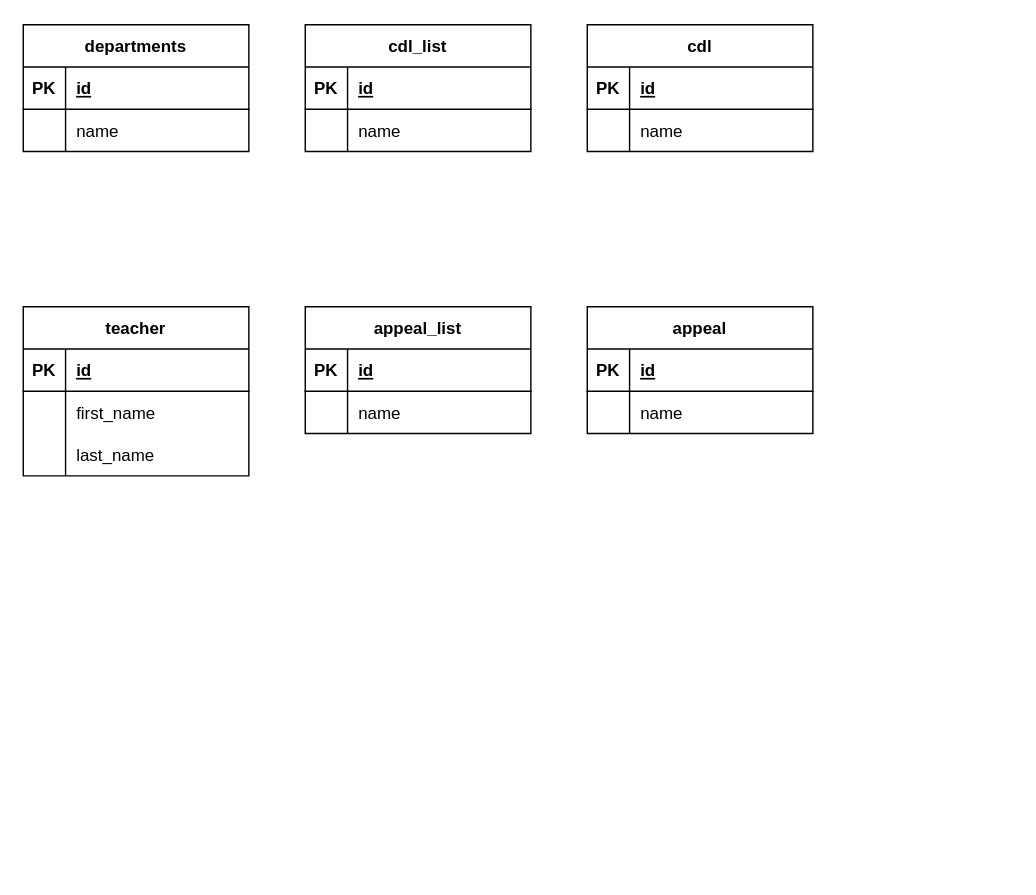
Before: DBUniversity.drawio in Roberto-Larivera/db-university, a draw.io diagram. Source tidied: cells renumbered, new cells numbered last; positions are measured from the earlier drawing's top-left corner, leaving out a move shared by most shapes. Both pictures are drawn from the tidied source at 141%, with x=0, y=0 at pixel (23, 24).
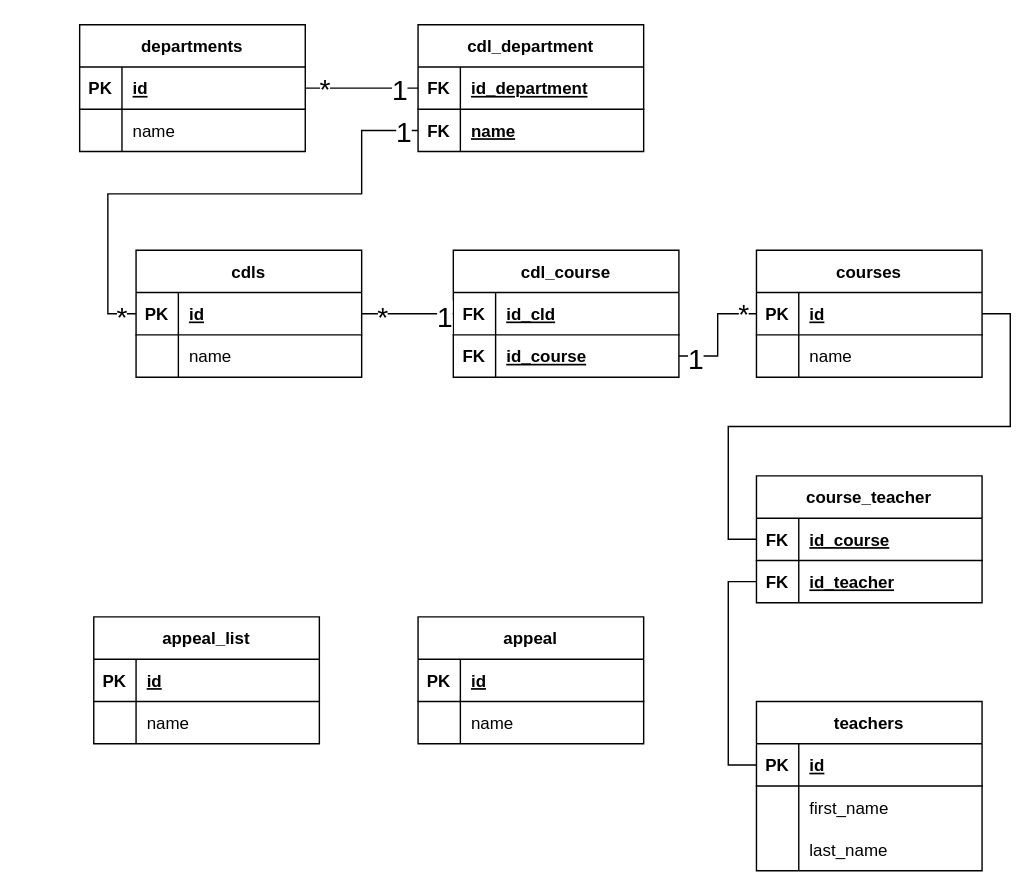
The same page after the edit.

Unchanged cells that the change refers to:
```xml
<mxCell id="3" style="shape=tableRow;horizontal=0;startSize=0;swimlaneHead=0;swimlaneBody=0;fillColor=none;points=[[0,0.5],[1,0.5]];portConstraint=eastwest;top=0;left=0;right=0;bottom=1;" parent="2" vertex="1">
  <mxGeometry y="30" width="160" height="30" as="geometry" />
</mxCell>
<mxCell id="10" style="shape=tableRow;horizontal=0;startSize=0;swimlaneHead=0;swimlaneBody=0;fillColor=none;points=[[0,0.5],[1,0.5]];portConstraint=eastwest;top=0;left=0;right=0;bottom=1;" parent="9" vertex="1">
  <mxGeometry y="30" width="160" height="30" as="geometry" />
</mxCell>
<mxCell id="13" style="shape=tableRow;horizontal=0;startSize=0;swimlaneHead=0;swimlaneBody=0;fillColor=none;points=[[0,0.5],[1,0.5]];portConstraint=eastwest;top=0;left=0;right=0;bottom=0;" parent="9" vertex="1">
  <mxGeometry y="60" width="160" height="30" as="geometry" />
</mxCell>
<mxCell id="17" style="shape=tableRow;horizontal=0;startSize=0;swimlaneHead=0;swimlaneBody=0;fillColor=none;points=[[0,0.5],[1,0.5]];portConstraint=eastwest;top=0;left=0;right=0;bottom=1;" parent="16" vertex="1">
  <mxGeometry y="30" width="160" height="30" as="geometry" />
</mxCell>
<mxCell id="24" style="shape=tableRow;horizontal=0;startSize=0;swimlaneHead=0;swimlaneBody=0;fillColor=none;points=[[0,0.5],[1,0.5]];portConstraint=eastwest;top=0;left=0;right=0;bottom=1;" parent="23" vertex="1">
  <mxGeometry y="30" width="160" height="30" as="geometry" />
</mxCell>
```

Diff of the diagram source:
```diff
@@
     <mxCell id="2" value="departments" style="shape=table;startSize=30;childLayout=tableLayout;rowLines=0;fontStyle=1;align=center;" parent="1" vertex="1">
-      <mxGeometry width="160" height="90" as="geometry" />
+      <mxGeometry x="40" width="160" height="90" as="geometry" />
     </mxCell>
@@
-    <mxCell id="9" value="cdl_list" style="shape=table;startSize=30;childLayout=tableLayout;rowLines=0;fontStyle=1;align=center;" parent="1" vertex="1">
-      <mxGeometry x="200" width="160" height="90" as="geometry" />
+    <mxCell id="9" value="cdl_department" style="shape=table;startSize=30;childLayout=tableLayout;rowLines=0;fontStyle=1;align=center;" parent="1" vertex="1">
+      <mxGeometry x="280" width="160" height="90" as="geometry" />
     </mxCell>
@@
-    <mxCell id="11" value="PK" style="shape=partialRectangle;fillColor=none;top=0;left=0;bottom=0;right=0;fontStyle=1;overflow=hidden;" parent="10" vertex="1">
+    <mxCell id="11" value="FK" style="shape=partialRectangle;fillColor=none;top=0;left=0;bottom=0;right=0;fontStyle=1;overflow=hidden;" parent="10" vertex="1">
       <mxGeometry width="30" height="30" as="geometry" />
     </mxCell>
-    <mxCell id="12" value="id" style="shape=partialRectangle;fillColor=none;top=0;left=0;bottom=0;right=0;align=left;spacingLeft=6;fontStyle=5;overflow=hidden;" parent="10" vertex="1">
+    <mxCell id="12" value="id_department" style="shape=partialRectangle;fillColor=none;top=0;left=0;bottom=0;right=0;align=left;spacingLeft=6;fontStyle=5;overflow=hidden;" parent="10" vertex="1">
       <mxGeometry x="30" width="130" height="30" as="geometry" />
     </mxCell>
@@
-    <mxCell id="14" style="shape=partialRectangle;fillColor=none;top=0;left=0;bottom=0;right=0;overflow=hidden;" parent="13" vertex="1">
+    <mxCell id="14" value="FK" style="shape=partialRectangle;fillColor=none;top=0;left=0;bottom=0;right=0;overflow=hidden;fontStyle=1;" parent="13" vertex="1">
       <mxGeometry width="30" height="30" as="geometry" />
     </mxCell>
-    <mxCell id="15" value="name" style="shape=partialRectangle;fillColor=none;top=0;left=0;bottom=0;right=0;align=left;spacingLeft=6;overflow=hidden;" parent="13" vertex="1">
+    <mxCell id="15" value="name" style="shape=partialRectangle;fillColor=none;top=0;left=0;bottom=0;right=0;align=left;spacingLeft=6;overflow=hidden;fontStyle=5;" parent="13" vertex="1">
       <mxGeometry x="30" width="130" height="30" as="geometry" />
     </mxCell>
-    <mxCell id="16" value="cdl" style="shape=table;startSize=30;childLayout=tableLayout;rowLines=0;fontStyle=1;align=center;" parent="1" vertex="1">
-      <mxGeometry x="400" width="160" height="90" as="geometry" />
+    <mxCell id="16" value="cdls" style="shape=table;startSize=30;childLayout=tableLayout;rowLines=0;fontStyle=1;align=center;" parent="1" vertex="1">
+      <mxGeometry x="80" y="160" width="160" height="90" as="geometry" />
     </mxCell>
@@
-    <mxCell id="23" value="teacher" style="shape=table;startSize=30;childLayout=tableLayout;rowLines=0;fontStyle=1;align=center;" parent="1" vertex="1">
-      <mxGeometry y="200" width="160" height="120" as="geometry" />
+    <mxCell id="23" value="teachers" style="shape=table;startSize=30;childLayout=tableLayout;rowLines=0;fontStyle=1;align=center;" parent="1" vertex="1">
+      <mxGeometry x="520" y="480" width="160" height="120" as="geometry" />
     </mxCell>
@@
     <mxCell id="33" value="appeal_list" style="shape=table;startSize=30;childLayout=tableLayout;rowLines=0;fontStyle=1;align=center;" parent="1" vertex="1">
-      <mxGeometry x="200" y="200" width="160" height="90" as="geometry" />
+      <mxGeometry x="50" y="420" width="160" height="90" as="geometry" />
     </mxCell>
@@
     <mxCell id="40" value="appeal" style="shape=table;startSize=30;childLayout=tableLayout;rowLines=0;fontStyle=1;align=center;" parent="1" vertex="1">
-      <mxGeometry x="400" y="200" width="160" height="90" as="geometry" />
+      <mxGeometry x="280" y="420" width="160" height="90" as="geometry" />
     </mxCell>
@@
+    <mxCell id="47" value="courses" style="shape=table;startSize=30;childLayout=tableLayout;rowLines=0;fontStyle=1;align=center;" parent="1" vertex="1">
+      <mxGeometry x="520" y="160" width="160" height="90" as="geometry" />
+    </mxCell>
+    <mxCell id="48" style="shape=tableRow;horizontal=0;startSize=0;swimlaneHead=0;swimlaneBody=0;fillColor=none;points=[[0,0.5],[1,0.5]];portConstraint=eastwest;top=0;left=0;right=0;bottom=1;" parent="47" vertex="1">
+      <mxGeometry y="30" width="160" height="30" as="geometry" />
+    </mxCell>
+    <mxCell id="49" value="PK" style="shape=partialRectangle;fillColor=none;top=0;left=0;bottom=0;right=0;fontStyle=1;overflow=hidden;" parent="48" vertex="1">
+      <mxGeometry width="30" height="30" as="geometry" />
+    </mxCell>
+    <mxCell id="50" value="id" style="shape=partialRectangle;fillColor=none;top=0;left=0;bottom=0;right=0;align=left;spacingLeft=6;fontStyle=5;overflow=hidden;" parent="48" vertex="1">
+      <mxGeometry x="30" width="130" height="30" as="geometry" />
+    </mxCell>
+    <mxCell id="51" style="shape=tableRow;horizontal=0;startSize=0;swimlaneHead=0;swimlaneBody=0;fillColor=none;top=0;left=0;right=0;bottom=0;" parent="47" vertex="1">
+      <mxGeometry y="60" width="160" height="30" as="geometry" />
+    </mxCell>
+    <mxCell id="52" style="shape=partialRectangle;fillColor=none;top=0;left=0;bottom=0;right=0;overflow=hidden;" parent="51" vertex="1">
+      <mxGeometry width="30" height="30" as="geometry" />
+    </mxCell>
+    <mxCell id="53" value="name" style="shape=partialRectangle;fillColor=none;top=0;left=0;bottom=0;right=0;align=left;spacingLeft=6;overflow=hidden;" parent="51" vertex="1">
+      <mxGeometry x="30" width="130" height="30" as="geometry" />
+    </mxCell>
+    <mxCell id="54" value="cdl_course" style="shape=table;startSize=30;childLayout=tableLayout;rowLines=0;fontStyle=1;align=center;" parent="1" vertex="1">
+      <mxGeometry x="305" y="160" width="160" height="90" as="geometry" />
+    </mxCell>
+    <mxCell id="55" style="shape=tableRow;horizontal=0;startSize=0;swimlaneHead=0;swimlaneBody=0;fillColor=none;points=[[0,0.5],[1,0.5]];portConstraint=eastwest;top=0;left=0;right=0;bottom=1;" parent="54" vertex="1">
+      <mxGeometry y="30" width="160" height="30" as="geometry" />
+    </mxCell>
+    <mxCell id="56" value="FK" style="shape=partialRectangle;fillColor=none;top=0;left=0;bottom=0;right=0;fontStyle=1;overflow=hidden;" parent="55" vertex="1">
+      <mxGeometry width="30" height="30" as="geometry" />
+    </mxCell>
+    <mxCell id="57" value="id_cld" style="shape=partialRectangle;fillColor=none;top=0;left=0;bottom=0;right=0;align=left;spacingLeft=6;fontStyle=5;overflow=hidden;" parent="55" vertex="1">
+      <mxGeometry x="30" width="130" height="30" as="geometry" />
+    </mxCell>
+    <mxCell id="58" style="shape=tableRow;horizontal=0;startSize=0;swimlaneHead=0;swimlaneBody=0;fillColor=none;points=[[0,0.5],[1,0.5]];portConstraint=eastwest;top=0;left=0;right=0;bottom=0;" parent="54" vertex="1">
+      <mxGeometry y="60" width="160" height="30" as="geometry" />
+    </mxCell>
+    <mxCell id="59" value="FK" style="shape=partialRectangle;fillColor=none;top=0;left=0;bottom=0;right=0;overflow=hidden;fontStyle=1;" parent="58" vertex="1">
+      <mxGeometry width="30" height="30" as="geometry" />
+    </mxCell>
+    <mxCell id="60" value="id_course" style="shape=partialRectangle;fillColor=none;top=0;left=0;bottom=0;right=0;align=left;spacingLeft=6;overflow=hidden;fontStyle=5;" parent="58" vertex="1">
+      <mxGeometry x="30" width="130" height="30" as="geometry" />
+    </mxCell>
+    <mxCell id="61" style="edgeStyle=orthogonalEdgeStyle;rounded=0;jettySize=auto;html=1;entryX=1;entryY=0.5;entryDx=0;entryDy=0;endArrow=none;endFill=0;" parent="1" edge="1" source="55" target="17">
+      <mxGeometry relative="1" as="geometry" />
+    </mxCell>
+    <mxCell id="62" value="&lt;font style=&quot;font-size: 20px;&quot;&gt;*&lt;/font&gt;" style="edgeLabel;html=1;align=center;verticalAlign=middle;" parent="61" vertex="1">
+      <mxGeometry x="0.57" y="1" relative="1" as="geometry" />
+    </mxCell>
+    <mxCell id="63" value="1" style="edgeLabel;html=1;align=center;verticalAlign=middle;fontSize=20;" parent="61" vertex="1">
+      <mxGeometry x="-0.77" y="1" relative="1" as="geometry" />
+    </mxCell>
+    <mxCell id="64" style="edgeStyle=orthogonalEdgeStyle;rounded=0;jettySize=auto;html=1;entryX=0;entryY=0.5;entryDx=0;entryDy=0;endArrow=none;endFill=0;" parent="1" edge="1" source="58" target="48">
+      <mxGeometry relative="1" as="geometry" />
+    </mxCell>
+    <mxCell id="65" value="*" style="edgeLabel;html=1;align=center;verticalAlign=middle;fontSize=20;" parent="64" vertex="1">
+      <mxGeometry x="0.76" y="1" relative="1" as="geometry" />
+    </mxCell>
+    <mxCell id="66" value="1" style="edgeLabel;html=1;align=center;verticalAlign=middle;fontSize=20;" parent="64" vertex="1">
+      <mxGeometry x="-0.73" y="-1" relative="1" as="geometry" />
+    </mxCell>
+    <mxCell id="67" style="edgeStyle=orthogonalEdgeStyle;rounded=0;jettySize=auto;html=1;entryX=1;entryY=0.5;entryDx=0;entryDy=0;fontSize=20;endArrow=none;endFill=0;" parent="1" edge="1" source="10" target="3">
+      <mxGeometry relative="1" as="geometry" />
+    </mxCell>
+    <mxCell id="68" value="*" style="edgeLabel;html=1;align=center;verticalAlign=middle;fontSize=20;" parent="67" vertex="1">
+      <mxGeometry x="0.68" y="-1" relative="1" as="geometry" />
+    </mxCell>
+    <mxCell id="69" value="1" style="edgeLabel;html=1;align=center;verticalAlign=middle;fontSize=20;" parent="67" vertex="1">
+      <mxGeometry x="-0.65" relative="1" as="geometry" />
+    </mxCell>
+    <mxCell id="70" style="edgeStyle=orthogonalEdgeStyle;rounded=0;jettySize=auto;html=1;entryX=0;entryY=0.5;entryDx=0;entryDy=0;fontSize=20;endArrow=none;endFill=0;" parent="1" edge="1" source="13" target="17">
+      <mxGeometry relative="1" as="geometry">
+        <Array as="points">
+          <mxPoint x="240" y="75" />
+          <mxPoint x="240" y="120" />
+          <mxPoint x="60" y="120" />
+          <mxPoint x="60" y="205" />
+        </Array>
+      </mxGeometry>
+    </mxCell>
+    <mxCell id="71" value="1" style="edgeLabel;html=1;align=center;verticalAlign=middle;fontSize=20;" parent="70" vertex="1">
+      <mxGeometry x="-0.94" relative="1" as="geometry" />
+    </mxCell>
+    <mxCell id="72" value="*" style="edgeLabel;html=1;align=center;verticalAlign=middle;fontSize=20;" parent="70" vertex="1">
+      <mxGeometry x="0.94" y="-1" relative="1" as="geometry" />
+    </mxCell>
+    <mxCell id="73" value="course_teacher" style="shape=table;startSize=30;childLayout=tableLayout;rowLines=0;fontStyle=1;align=center;" parent="1" vertex="1">
+      <mxGeometry x="520" y="320" width="160" height="90" as="geometry" />
+    </mxCell>
+    <mxCell id="74" style="shape=tableRow;horizontal=0;startSize=0;swimlaneHead=0;swimlaneBody=0;fillColor=none;points=[[0,0.5],[1,0.5]];portConstraint=eastwest;top=0;left=0;right=0;bottom=1;" parent="73" vertex="1">
+      <mxGeometry y="30" width="160" height="30" as="geometry" />
+    </mxCell>
+    <mxCell id="75" value="FK" style="shape=partialRectangle;fillColor=none;top=0;left=0;bottom=0;right=0;fontStyle=1;overflow=hidden;" parent="74" vertex="1">
+      <mxGeometry width="30" height="30" as="geometry" />
+    </mxCell>
+    <mxCell id="76" value="id_course" style="shape=partialRectangle;fillColor=none;top=0;left=0;bottom=0;right=0;align=left;spacingLeft=6;fontStyle=5;overflow=hidden;" parent="74" vertex="1">
+      <mxGeometry x="30" width="130" height="30" as="geometry" />
+    </mxCell>
+    <mxCell id="77" style="shape=tableRow;horizontal=0;startSize=0;swimlaneHead=0;swimlaneBody=0;fillColor=none;points=[[0,0.5],[1,0.5]];portConstraint=eastwest;top=0;left=0;right=0;bottom=0;" parent="73" vertex="1">
+      <mxGeometry y="60" width="160" height="30" as="geometry" />
+    </mxCell>
+    <mxCell id="78" value="FK" style="shape=partialRectangle;fillColor=none;top=0;left=0;bottom=0;right=0;overflow=hidden;fontStyle=1;" parent="77" vertex="1">
+      <mxGeometry width="30" height="30" as="geometry" />
+    </mxCell>
+    <mxCell id="79" value="id_teacher" style="shape=partialRectangle;fillColor=none;top=0;left=0;bottom=0;right=0;align=left;spacingLeft=6;overflow=hidden;fontStyle=5;" parent="77" vertex="1">
+      <mxGeometry x="30" width="130" height="30" as="geometry" />
+    </mxCell>
+    <mxCell id="80" style="edgeStyle=orthogonalEdgeStyle;rounded=0;jettySize=auto;html=1;entryX=1;entryY=0.5;entryDx=0;entryDy=0;fontSize=20;endArrow=none;endFill=0;" parent="1" edge="1" source="74" target="48">
+      <mxGeometry relative="1" as="geometry" />
+    </mxCell>
+    <mxCell id="81" style="edgeStyle=orthogonalEdgeStyle;rounded=0;jettySize=auto;html=1;entryX=0;entryY=0.5;entryDx=0;entryDy=0;fontSize=20;endArrow=none;endFill=0;" parent="1" edge="1" source="24" target="77">
+      <mxGeometry relative="1" as="geometry" />
+    </mxCell>
```
